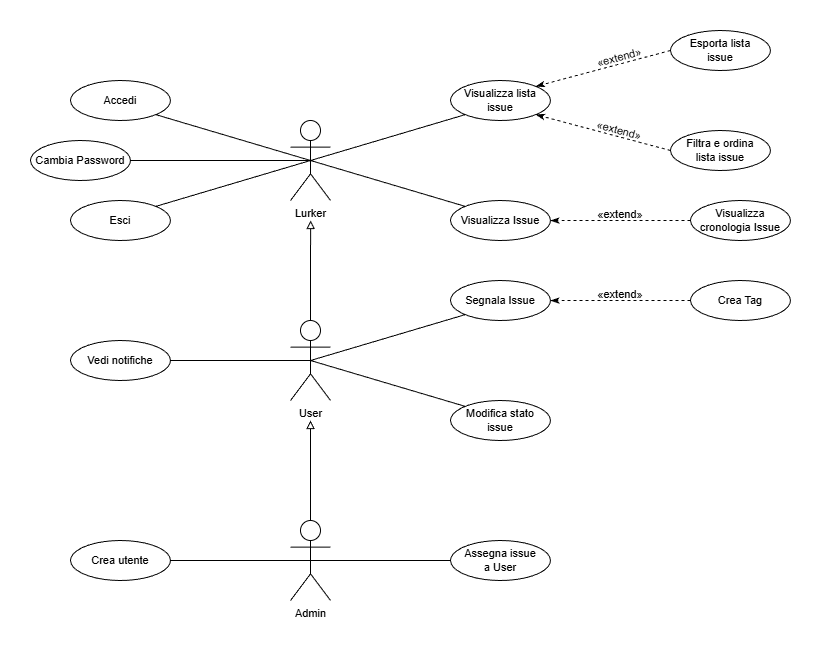
This is Documentazione/use_cases/Unified use cases/unified_use_cases.png from Alessandro-uni/BugBoard26, a draw.io export, as it was before one commit. Source tidied: cells renumbered, new cells last; positions are measured from the earlier drawing's top-left corner, leaving out a move shared by most shapes. Source of this version:
```xml
<mxGraphModel>
  <root>
    <mxCell id="0" />
    <mxCell id="1" parent="0" />
    <mxCell id="2" style="rounded=0;jettySize=auto;html=1;exitX=0.5;exitY=0.5;exitDx=0;exitDy=0;exitPerimeter=0;entryX=1;entryY=0;entryDx=0;entryDy=0;fontStyle=0;fontSize=11;endArrow=none;endFill=0;labelBackgroundColor=default;" parent="1" edge="1" source="7" target="21">
      <mxGeometry relative="1" as="geometry" />
    </mxCell>
    <mxCell id="3" style="rounded=0;jettySize=auto;html=1;exitX=0.5;exitY=0.5;exitDx=0;exitDy=0;exitPerimeter=0;entryX=1;entryY=1;entryDx=0;entryDy=0;fontStyle=0;fontSize=11;endArrow=none;endFill=0;labelBackgroundColor=default;" parent="1" edge="1" source="7" target="17">
      <mxGeometry relative="1" as="geometry" />
    </mxCell>
    <mxCell id="4" style="rounded=0;jettySize=auto;html=1;exitX=0.5;exitY=0.5;exitDx=0;exitDy=0;exitPerimeter=0;entryX=0;entryY=1;entryDx=0;entryDy=0;fontStyle=0;fontSize=11;endArrow=none;endFill=0;labelBackgroundColor=default;" parent="1" edge="1" source="7" target="22">
      <mxGeometry relative="1" as="geometry" />
    </mxCell>
    <mxCell id="5" style="rounded=0;jettySize=auto;html=1;exitX=0.5;exitY=0.5;exitDx=0;exitDy=0;exitPerimeter=0;entryX=0;entryY=0;entryDx=0;entryDy=0;fontStyle=0;fontSize=11;endArrow=none;endFill=0;labelBackgroundColor=default;" parent="1" edge="1" source="7" target="27">
      <mxGeometry relative="1" as="geometry" />
    </mxCell>
    <mxCell id="6" style="edgeStyle=orthogonalEdgeStyle;rounded=0;jettySize=auto;html=1;exitX=0.5;exitY=0.5;exitDx=0;exitDy=0;exitPerimeter=0;entryX=1;entryY=0.5;entryDx=0;entryDy=0;fontStyle=0;fontSize=11;endArrow=none;endFill=0;labelBackgroundColor=default;" parent="1" edge="1" source="7" target="30">
      <mxGeometry relative="1" as="geometry" />
    </mxCell>
    <mxCell id="7" value="Lurker" style="shape=umlActor;verticalLabelPosition=bottom;verticalAlign=top;html=1;outlineConnect=0;fontStyle=0;fontSize=11;labelBackgroundColor=none;fillColor=none;" parent="1" vertex="1">
      <mxGeometry x="260" y="90" width="40" height="80" as="geometry" />
    </mxCell>
    <mxCell id="8" style="rounded=0;jettySize=auto;html=1;exitX=0.5;exitY=0.5;exitDx=0;exitDy=0;exitPerimeter=0;entryX=0;entryY=1;entryDx=0;entryDy=0;fontStyle=0;fontSize=11;endArrow=none;endFill=0;labelBackgroundColor=default;" parent="1" edge="1" source="11" target="18">
      <mxGeometry relative="1" as="geometry" />
    </mxCell>
    <mxCell id="9" style="rounded=0;jettySize=auto;html=1;exitX=0.5;exitY=0.5;exitDx=0;exitDy=0;exitPerimeter=0;entryX=1;entryY=0.5;entryDx=0;entryDy=0;fontStyle=0;fontSize=11;endArrow=none;endFill=0;labelBackgroundColor=default;" parent="1" edge="1" source="11" target="31">
      <mxGeometry relative="1" as="geometry" />
    </mxCell>
    <mxCell id="10" style="edgeStyle=orthogonalEdgeStyle;rounded=0;jettySize=auto;html=1;exitX=0.5;exitY=0;exitDx=0;exitDy=0;exitPerimeter=0;endArrow=block;endFill=0;labelBackgroundColor=default;curved=0;endSize=6;fontStyle=0;fontSize=11;" parent="1" edge="1" source="11">
      <mxGeometry relative="1" as="geometry">
        <mxPoint x="280.1" y="190" as="targetPoint" />
      </mxGeometry>
    </mxCell>
    <mxCell id="11" value="User" style="shape=umlActor;verticalLabelPosition=bottom;verticalAlign=top;html=1;outlineConnect=0;fontStyle=0;fontSize=11;labelBackgroundColor=none;fillColor=none;" parent="1" vertex="1">
      <mxGeometry x="260" y="290" width="40" height="80" as="geometry" />
    </mxCell>
    <mxCell id="12" style="rounded=0;jettySize=auto;html=1;exitX=0.5;exitY=0.5;exitDx=0;exitDy=0;exitPerimeter=0;entryX=1;entryY=0.5;entryDx=0;entryDy=0;fontStyle=0;fontSize=11;endArrow=none;endFill=0;labelBackgroundColor=default;" parent="1" edge="1" source="15" target="16">
      <mxGeometry relative="1" as="geometry" />
    </mxCell>
    <mxCell id="13" style="rounded=0;jettySize=auto;html=1;exitX=0.5;exitY=0.5;exitDx=0;exitDy=0;exitPerimeter=0;entryX=0;entryY=0.5;entryDx=0;entryDy=0;fontStyle=0;fontSize=11;endArrow=none;endFill=0;labelBackgroundColor=default;" parent="1" edge="1" source="15" target="34">
      <mxGeometry relative="1" as="geometry" />
    </mxCell>
    <mxCell id="14" style="rounded=0;jettySize=auto;html=1;exitX=0.5;exitY=0;exitDx=0;exitDy=0;exitPerimeter=0;endArrow=block;endFill=0;labelBackgroundColor=default;curved=0;endSize=6;fontStyle=0;fontSize=11;" parent="1" edge="1" source="15">
      <mxGeometry relative="1" as="geometry">
        <mxPoint x="280" y="390" as="targetPoint" />
      </mxGeometry>
    </mxCell>
    <mxCell id="15" value="Admin" style="shape=umlActor;verticalLabelPosition=bottom;verticalAlign=top;html=1;outlineConnect=0;fontStyle=0;fontSize=11;labelBackgroundColor=none;fillColor=none;" parent="1" vertex="1">
      <mxGeometry x="260" y="490" width="40" height="80" as="geometry" />
    </mxCell>
    <mxCell id="16" value="Crea utente" style="ellipse;whiteSpace=wrap;html=1;align=center;fontStyle=0;fontSize=11;labelBackgroundColor=none;fillColor=none;" parent="1" vertex="1">
      <mxGeometry x="40" y="510" width="100" height="40" as="geometry" />
    </mxCell>
    <mxCell id="17" value="Accedi" style="ellipse;whiteSpace=wrap;html=1;align=center;fontStyle=0;fontSize=11;labelBackgroundColor=none;fillColor=none;" parent="1" vertex="1">
      <mxGeometry x="40" y="50" width="100" height="40" as="geometry" />
    </mxCell>
    <mxCell id="18" value="Segnala Issue" style="ellipse;whiteSpace=wrap;html=1;align=center;fontStyle=0;fontSize=11;labelBackgroundColor=none;fillColor=none;" parent="1" vertex="1">
      <mxGeometry x="420" y="250" width="100" height="40" as="geometry" />
    </mxCell>
    <mxCell id="19" style="rounded=0;jettySize=auto;html=1;exitX=0;exitY=0.5;exitDx=0;exitDy=0;entryX=1;entryY=0.5;entryDx=0;entryDy=0;fontStyle=0;fontSize=11;dashed=1;labelBackgroundColor=default;endArrow=classicThin;endFill=1;" parent="1" edge="1" source="20" target="18">
      <mxGeometry relative="1" as="geometry" />
    </mxCell>
    <mxCell id="20" value="Crea Tag" style="ellipse;whiteSpace=wrap;html=1;align=center;fontStyle=0;fontSize=11;labelBackgroundColor=none;fillColor=none;" parent="1" vertex="1">
      <mxGeometry x="660" y="250" width="100" height="40" as="geometry" />
    </mxCell>
    <mxCell id="21" value="Esci" style="ellipse;whiteSpace=wrap;html=1;align=center;fontStyle=0;fontSize=11;labelBackgroundColor=none;fillColor=none;" parent="1" vertex="1">
      <mxGeometry x="40" y="170" width="100" height="40" as="geometry" />
    </mxCell>
    <mxCell id="22" value="Visualizza lista&lt;br&gt;issue" style="ellipse;whiteSpace=wrap;html=1;align=center;fontStyle=0;fontSize=11;labelBackgroundColor=none;fillColor=none;" parent="1" vertex="1">
      <mxGeometry x="420" y="50" width="100" height="40" as="geometry" />
    </mxCell>
    <mxCell id="23" style="rounded=0;jettySize=auto;html=1;exitX=0;exitY=0.5;exitDx=0;exitDy=0;entryX=1;entryY=0;entryDx=0;entryDy=0;fontStyle=0;fontSize=11;dashed=1;labelBackgroundColor=default;endArrow=classicThin;endFill=1;" parent="1" edge="1" source="24" target="22">
      <mxGeometry x="-0.22" y="-17" relative="1" as="geometry" />
    </mxCell>
    <mxCell id="24" value="Esporta lista&lt;br&gt;issue" style="ellipse;whiteSpace=wrap;html=1;align=center;fontStyle=0;fontSize=11;labelBackgroundColor=none;fillColor=none;" parent="1" vertex="1">
      <mxGeometry x="640" width="100" height="40" as="geometry" />
    </mxCell>
    <mxCell id="25" style="rounded=0;jettySize=auto;html=1;exitX=0;exitY=0.5;exitDx=0;exitDy=0;entryX=1;entryY=1;entryDx=0;entryDy=0;fontStyle=0;fontSize=11;dashed=1;jumpSize=6;jumpStyle=none;labelBackgroundColor=default;endArrow=classicThin;endFill=1;" parent="1" edge="1" source="26" target="22">
      <mxGeometry relative="1" as="geometry" />
    </mxCell>
    <mxCell id="26" value="Filtra e ordina&lt;br&gt;lista issue" style="ellipse;whiteSpace=wrap;html=1;align=center;fontStyle=0;fontSize=11;labelBackgroundColor=none;fillColor=none;" parent="1" vertex="1">
      <mxGeometry x="640" y="100" width="100" height="40" as="geometry" />
    </mxCell>
    <mxCell id="27" value="Visualizza Issue" style="ellipse;whiteSpace=wrap;html=1;align=center;fontStyle=0;fontSize=11;labelBackgroundColor=none;fillColor=none;" parent="1" vertex="1">
      <mxGeometry x="420" y="170" width="100" height="40" as="geometry" />
    </mxCell>
    <mxCell id="28" style="rounded=0;jettySize=auto;html=1;exitX=0;exitY=0.5;exitDx=0;exitDy=0;entryX=1;entryY=0.5;entryDx=0;entryDy=0;fontSize=11;dashed=1;labelBackgroundColor=default;endArrow=classicThin;endFill=1;fontStyle=0;" parent="1" edge="1" source="29" target="27">
      <mxGeometry relative="1" as="geometry" />
    </mxCell>
    <mxCell id="29" value="Visualizza&lt;br&gt;cronologia Issue" style="ellipse;whiteSpace=wrap;html=1;align=center;fontStyle=0;fontSize=11;labelBackgroundColor=none;fillColor=none;" parent="1" vertex="1">
      <mxGeometry x="660" y="170" width="100" height="40" as="geometry" />
    </mxCell>
    <mxCell id="30" value="Cambia Password" style="ellipse;whiteSpace=wrap;html=1;align=center;fontStyle=0;fontSize=11;labelBackgroundColor=none;fillColor=none;" parent="1" vertex="1">
      <mxGeometry y="110" width="100" height="40" as="geometry" />
    </mxCell>
    <mxCell id="31" value="Vedi notifiche" style="ellipse;whiteSpace=wrap;html=1;align=center;fontStyle=0;fontSize=11;labelBackgroundColor=none;fillColor=none;" parent="1" vertex="1">
      <mxGeometry x="40" y="310" width="100" height="40" as="geometry" />
    </mxCell>
    <mxCell id="32" style="rounded=0;jettySize=auto;html=1;exitX=0.5;exitY=0.5;exitDx=0;exitDy=0;exitPerimeter=0;entryX=0;entryY=0;entryDx=0;entryDy=0;fontStyle=0;fontSize=11;endArrow=none;endFill=0;labelBackgroundColor=default;" parent="1" edge="1" source="11" target="33">
      <mxGeometry relative="1" as="geometry" />
    </mxCell>
    <mxCell id="33" value="Modifica stato&lt;br&gt;issue" style="ellipse;whiteSpace=wrap;html=1;align=center;fontStyle=0;fontSize=11;labelBackgroundColor=none;fillColor=none;" parent="1" vertex="1">
      <mxGeometry x="420" y="370" width="100" height="40" as="geometry" />
    </mxCell>
    <mxCell id="34" value="Assegna issue&lt;br&gt;a User" style="ellipse;whiteSpace=wrap;html=1;align=center;fontStyle=0;fontSize=11;labelBackgroundColor=none;fillColor=none;" parent="1" vertex="1">
      <mxGeometry x="420" y="510" width="100" height="40" as="geometry" />
    </mxCell>
    <mxCell id="35" value="«extend» " style="text;html=1;whiteSpace=wrap;align=center;verticalAlign=middle;rounded=0;fontStyle=0;rotation=345;fontSize=11;labelBackgroundColor=none;" parent="1" vertex="1">
      <mxGeometry x="559" y="12" width="60" height="30" as="geometry" />
    </mxCell>
    <mxCell id="36" value="«extend» " style="text;html=1;whiteSpace=wrap;align=center;verticalAlign=middle;rounded=0;fontStyle=0;rotation=15;fontSize=11;labelBackgroundColor=none;" parent="1" vertex="1">
      <mxGeometry x="559" y="85" width="60" height="30" as="geometry" />
    </mxCell>
    <mxCell id="37" value="«extend» " style="text;html=1;whiteSpace=wrap;align=center;verticalAlign=middle;rounded=0;fontStyle=0;rotation=0;fontSize=11;labelBackgroundColor=none;" parent="1" vertex="1">
      <mxGeometry x="560" y="168.6" width="60" height="30" as="geometry" />
    </mxCell>
    <mxCell id="38" value="«extend» " style="text;html=1;whiteSpace=wrap;align=center;verticalAlign=middle;rounded=0;fontStyle=0;rotation=0;fontSize=11;labelBackgroundColor=none;" parent="1" vertex="1">
      <mxGeometry x="560" y="249" width="60" height="30" as="geometry" />
    </mxCell>
  </root>
</mxGraphModel>
```
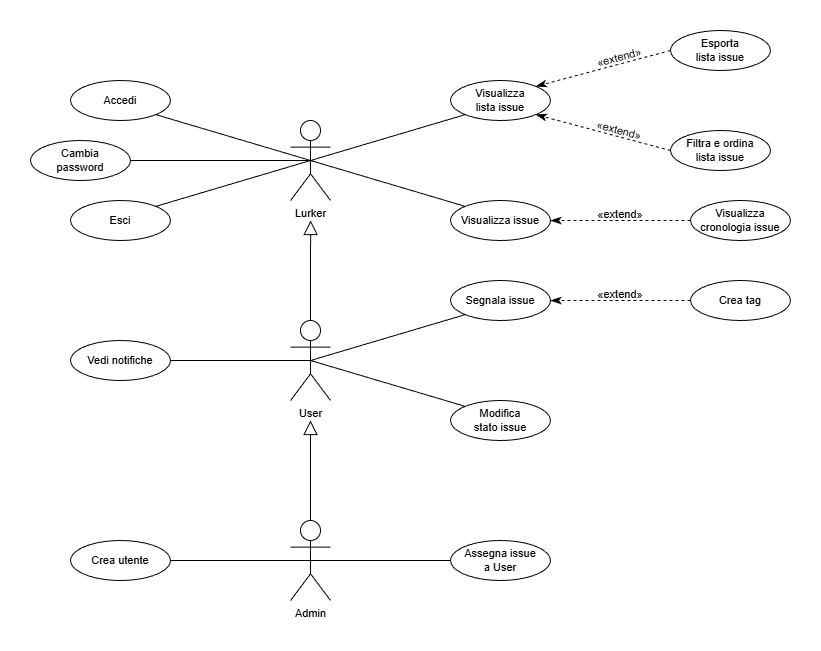
After the commit.

Commit message:
use cases

Diff of the diagram source:
```diff
@@ -26,7 +26,7 @@
     <mxCell id="9" style="rounded=0;jettySize=auto;html=1;exitX=0.5;exitY=0.5;exitDx=0;exitDy=0;exitPerimeter=0;entryX=1;entryY=0.5;entryDx=0;entryDy=0;fontStyle=0;fontSize=11;endArrow=none;endFill=0;labelBackgroundColor=default;" parent="1" edge="1" source="11" target="31">
       <mxGeometry relative="1" as="geometry" />
     </mxCell>
-    <mxCell id="10" style="edgeStyle=orthogonalEdgeStyle;rounded=0;jettySize=auto;html=1;exitX=0.5;exitY=0;exitDx=0;exitDy=0;exitPerimeter=0;endArrow=block;endFill=0;labelBackgroundColor=default;curved=0;endSize=6;fontStyle=0;fontSize=11;" parent="1" edge="1" source="11">
+    <mxCell id="10" style="edgeStyle=orthogonalEdgeStyle;rounded=0;jettySize=auto;html=1;exitX=0.5;exitY=0;exitDx=0;exitDy=0;exitPerimeter=0;endArrow=block;endFill=0;labelBackgroundColor=default;curved=0;endSize=12;fontStyle=0;fontSize=11;" parent="1" edge="1" source="11">
       <mxGeometry relative="1" as="geometry">
         <mxPoint x="280.1" y="190" as="targetPoint" />
       </mxGeometry>
@@ -40,7 +40,7 @@
     <mxCell id="13" style="rounded=0;jettySize=auto;html=1;exitX=0.5;exitY=0.5;exitDx=0;exitDy=0;exitPerimeter=0;entryX=0;entryY=0.5;entryDx=0;entryDy=0;fontStyle=0;fontSize=11;endArrow=none;endFill=0;labelBackgroundColor=default;" parent="1" edge="1" source="15" target="34">
       <mxGeometry relative="1" as="geometry" />
     </mxCell>
-    <mxCell id="14" style="rounded=0;jettySize=auto;html=1;exitX=0.5;exitY=0;exitDx=0;exitDy=0;exitPerimeter=0;endArrow=block;endFill=0;labelBackgroundColor=default;curved=0;endSize=6;fontStyle=0;fontSize=11;" parent="1" edge="1" source="15">
+    <mxCell id="14" style="rounded=0;jettySize=auto;html=1;exitX=0.5;exitY=0;exitDx=0;exitDy=0;exitPerimeter=0;endArrow=block;endFill=0;labelBackgroundColor=default;curved=0;endSize=12;fontStyle=0;fontSize=11;" parent="1" edge="1" source="15">
       <mxGeometry relative="1" as="geometry">
         <mxPoint x="280" y="390" as="targetPoint" />
       </mxGeometry>
@@ -54,43 +54,43 @@
     <mxCell id="17" value="Accedi" style="ellipse;whiteSpace=wrap;html=1;align=center;fontStyle=0;fontSize=11;labelBackgroundColor=none;fillColor=none;" parent="1" vertex="1">
       <mxGeometry x="40" y="50" width="100" height="40" as="geometry" />
     </mxCell>
-    <mxCell id="18" value="Segnala Issue" style="ellipse;whiteSpace=wrap;html=1;align=center;fontStyle=0;fontSize=11;labelBackgroundColor=none;fillColor=none;" parent="1" vertex="1">
+    <mxCell id="18" value="Segnala issue" style="ellipse;whiteSpace=wrap;html=1;align=center;fontStyle=0;fontSize=11;labelBackgroundColor=none;fillColor=none;" parent="1" vertex="1">
       <mxGeometry x="420" y="250" width="100" height="40" as="geometry" />
     </mxCell>
-    <mxCell id="19" style="rounded=0;jettySize=auto;html=1;exitX=0;exitY=0.5;exitDx=0;exitDy=0;entryX=1;entryY=0.5;entryDx=0;entryDy=0;fontStyle=0;fontSize=11;dashed=1;labelBackgroundColor=default;endArrow=classicThin;endFill=1;" parent="1" edge="1" source="20" target="18">
+    <mxCell id="19" style="rounded=0;jettySize=auto;html=1;exitX=0;exitY=0.5;exitDx=0;exitDy=0;entryX=1;entryY=0.5;entryDx=0;entryDy=0;fontStyle=0;fontSize=11;dashed=1;labelBackgroundColor=default;endArrow=classicThin;endFill=1;endSize=8;" parent="1" edge="1" source="20" target="18">
       <mxGeometry relative="1" as="geometry" />
     </mxCell>
-    <mxCell id="20" value="Crea Tag" style="ellipse;whiteSpace=wrap;html=1;align=center;fontStyle=0;fontSize=11;labelBackgroundColor=none;fillColor=none;" parent="1" vertex="1">
+    <mxCell id="20" value="Crea tag" style="ellipse;whiteSpace=wrap;html=1;align=center;fontStyle=0;fontSize=11;labelBackgroundColor=none;fillColor=none;" parent="1" vertex="1">
       <mxGeometry x="660" y="250" width="100" height="40" as="geometry" />
     </mxCell>
     <mxCell id="21" value="Esci" style="ellipse;whiteSpace=wrap;html=1;align=center;fontStyle=0;fontSize=11;labelBackgroundColor=none;fillColor=none;" parent="1" vertex="1">
       <mxGeometry x="40" y="170" width="100" height="40" as="geometry" />
     </mxCell>
-    <mxCell id="22" value="Visualizza lista&lt;br&gt;issue" style="ellipse;whiteSpace=wrap;html=1;align=center;fontStyle=0;fontSize=11;labelBackgroundColor=none;fillColor=none;" parent="1" vertex="1">
+    <mxCell id="22" value="Visualizza&lt;div&gt;lista issue&lt;/div&gt;" style="ellipse;whiteSpace=wrap;html=1;align=center;fontStyle=0;fontSize=11;labelBackgroundColor=none;fillColor=none;" parent="1" vertex="1">
       <mxGeometry x="420" y="50" width="100" height="40" as="geometry" />
     </mxCell>
-    <mxCell id="23" style="rounded=0;jettySize=auto;html=1;exitX=0;exitY=0.5;exitDx=0;exitDy=0;entryX=1;entryY=0;entryDx=0;entryDy=0;fontStyle=0;fontSize=11;dashed=1;labelBackgroundColor=default;endArrow=classicThin;endFill=1;" parent="1" edge="1" source="24" target="22">
+    <mxCell id="23" style="rounded=0;jettySize=auto;html=1;exitX=0;exitY=0.5;exitDx=0;exitDy=0;entryX=1;entryY=0;entryDx=0;entryDy=0;fontStyle=0;fontSize=11;dashed=1;labelBackgroundColor=default;endArrow=classicThin;endFill=1;endSize=8;" parent="1" edge="1" source="24" target="22">
       <mxGeometry x="-0.22" y="-17" relative="1" as="geometry" />
     </mxCell>
-    <mxCell id="24" value="Esporta lista&lt;br&gt;issue" style="ellipse;whiteSpace=wrap;html=1;align=center;fontStyle=0;fontSize=11;labelBackgroundColor=none;fillColor=none;" parent="1" vertex="1">
+    <mxCell id="24" value="Esporta&lt;div&gt;lista issue&lt;/div&gt;" style="ellipse;whiteSpace=wrap;html=1;align=center;fontStyle=0;fontSize=11;labelBackgroundColor=none;fillColor=none;" parent="1" vertex="1">
       <mxGeometry x="640" width="100" height="40" as="geometry" />
     </mxCell>
-    <mxCell id="25" style="rounded=0;jettySize=auto;html=1;exitX=0;exitY=0.5;exitDx=0;exitDy=0;entryX=1;entryY=1;entryDx=0;entryDy=0;fontStyle=0;fontSize=11;dashed=1;jumpSize=6;jumpStyle=none;labelBackgroundColor=default;endArrow=classicThin;endFill=1;" parent="1" edge="1" source="26" target="22">
+    <mxCell id="25" style="rounded=0;jettySize=auto;html=1;exitX=0;exitY=0.5;exitDx=0;exitDy=0;entryX=1;entryY=1;entryDx=0;entryDy=0;fontStyle=0;fontSize=11;dashed=1;jumpSize=6;jumpStyle=none;labelBackgroundColor=default;endArrow=classicThin;endFill=1;endSize=8;" parent="1" edge="1" source="26" target="22">
       <mxGeometry relative="1" as="geometry" />
     </mxCell>
     <mxCell id="26" value="Filtra e ordina&lt;br&gt;lista issue" style="ellipse;whiteSpace=wrap;html=1;align=center;fontStyle=0;fontSize=11;labelBackgroundColor=none;fillColor=none;" parent="1" vertex="1">
       <mxGeometry x="640" y="100" width="100" height="40" as="geometry" />
     </mxCell>
-    <mxCell id="27" value="Visualizza Issue" style="ellipse;whiteSpace=wrap;html=1;align=center;fontStyle=0;fontSize=11;labelBackgroundColor=none;fillColor=none;" parent="1" vertex="1">
+    <mxCell id="27" value="Visualizza issue" style="ellipse;whiteSpace=wrap;html=1;align=center;fontStyle=0;fontSize=11;labelBackgroundColor=none;fillColor=none;" parent="1" vertex="1">
       <mxGeometry x="420" y="170" width="100" height="40" as="geometry" />
     </mxCell>
-    <mxCell id="28" style="rounded=0;jettySize=auto;html=1;exitX=0;exitY=0.5;exitDx=0;exitDy=0;entryX=1;entryY=0.5;entryDx=0;entryDy=0;fontSize=11;dashed=1;labelBackgroundColor=default;endArrow=classicThin;endFill=1;fontStyle=0;" parent="1" edge="1" source="29" target="27">
+    <mxCell id="28" style="rounded=0;jettySize=auto;html=1;exitX=0;exitY=0.5;exitDx=0;exitDy=0;entryX=1;entryY=0.5;entryDx=0;entryDy=0;fontSize=11;dashed=1;labelBackgroundColor=default;endArrow=classicThin;endFill=1;fontStyle=0;endSize=8;" parent="1" edge="1" source="29" target="27">
       <mxGeometry relative="1" as="geometry" />
     </mxCell>
-    <mxCell id="29" value="Visualizza&lt;br&gt;cronologia Issue" style="ellipse;whiteSpace=wrap;html=1;align=center;fontStyle=0;fontSize=11;labelBackgroundColor=none;fillColor=none;" parent="1" vertex="1">
+    <mxCell id="29" value="Visualizza&lt;br&gt;cronologia issue" style="ellipse;whiteSpace=wrap;html=1;align=center;fontStyle=0;fontSize=11;labelBackgroundColor=none;fillColor=none;" parent="1" vertex="1">
       <mxGeometry x="660" y="170" width="100" height="40" as="geometry" />
     </mxCell>
-    <mxCell id="30" value="Cambia Password" style="ellipse;whiteSpace=wrap;html=1;align=center;fontStyle=0;fontSize=11;labelBackgroundColor=none;fillColor=none;" parent="1" vertex="1">
+    <mxCell id="30" value="Cambia&lt;div&gt;password&lt;/div&gt;" style="ellipse;whiteSpace=wrap;html=1;align=center;fontStyle=0;fontSize=11;labelBackgroundColor=none;fillColor=none;" parent="1" vertex="1">
       <mxGeometry y="110" width="100" height="40" as="geometry" />
     </mxCell>
     <mxCell id="31" value="Vedi notifiche" style="ellipse;whiteSpace=wrap;html=1;align=center;fontStyle=0;fontSize=11;labelBackgroundColor=none;fillColor=none;" parent="1" vertex="1">
@@ -99,7 +99,7 @@
     <mxCell id="32" style="rounded=0;jettySize=auto;html=1;exitX=0.5;exitY=0.5;exitDx=0;exitDy=0;exitPerimeter=0;entryX=0;entryY=0;entryDx=0;entryDy=0;fontStyle=0;fontSize=11;endArrow=none;endFill=0;labelBackgroundColor=default;" parent="1" edge="1" source="11" target="33">
       <mxGeometry relative="1" as="geometry" />
     </mxCell>
-    <mxCell id="33" value="Modifica stato&lt;br&gt;issue" style="ellipse;whiteSpace=wrap;html=1;align=center;fontStyle=0;fontSize=11;labelBackgroundColor=none;fillColor=none;" parent="1" vertex="1">
+    <mxCell id="33" value="Modifica&lt;br&gt;stato issue" style="ellipse;whiteSpace=wrap;html=1;align=center;fontStyle=0;fontSize=11;labelBackgroundColor=none;fillColor=none;" parent="1" vertex="1">
       <mxGeometry x="420" y="370" width="100" height="40" as="geometry" />
     </mxCell>
     <mxCell id="34" value="Assegna issue&lt;br&gt;a User" style="ellipse;whiteSpace=wrap;html=1;align=center;fontStyle=0;fontSize=11;labelBackgroundColor=none;fillColor=none;" parent="1" vertex="1">
```
